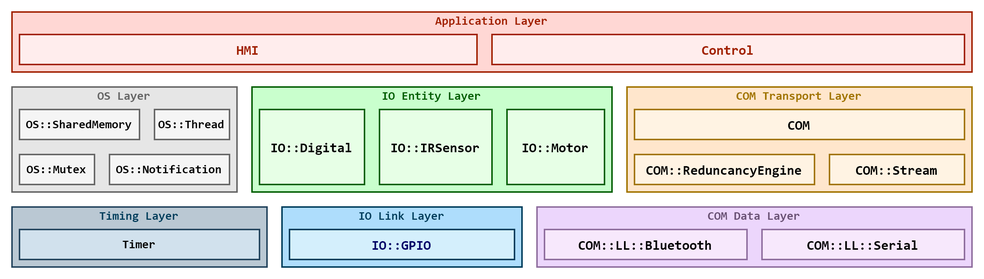
This is Proj/Iterations/1/Design/Navigation-Subsystem/Architectural-Overview/software-stack/full-stack-overview/full-stack-overview.png from LPI2-DreamTeam/rfcar, a draw.io export, as it was before one commit. Source tidied: cells renumbered, new cells last; positions are measured from the earlier drawing's top-left corner, leaving out a move shared by most shapes.
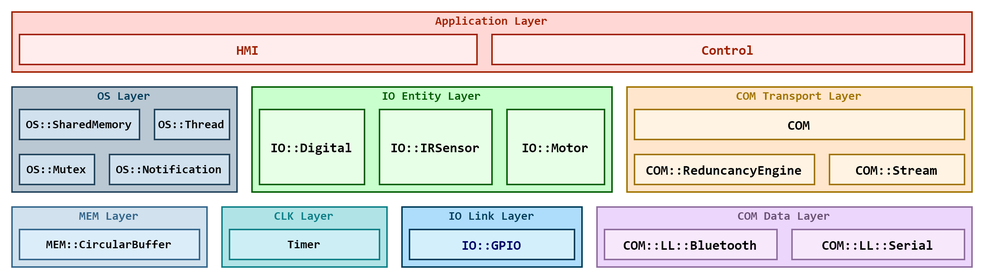
The same file after the commit.

Commit message:
Updated class diagram to match the new developments concerning layer separation, naming conventions, types and classes

Diff of the diagram source:
```diff
@@ -8,17 +8,17 @@
     <mxCell id="3" style="rounded=0;whiteSpace=wrap;html=1;fontFamily=Consolas;fontSize=9;align=center;fontStyle=1;spacingRight=0;labelPosition=center;verticalLabelPosition=middle;verticalAlign=middle;strokeColor=#035E03;fillColor=#C9FFCD;" parent="1" vertex="1">
       <mxGeometry x="160" y="50" width="240" height="70" as="geometry" />
     </mxCell>
-    <mxCell id="4" style="rounded=0;whiteSpace=wrap;html=1;labelBackgroundColor=none;strokeColor=#666666;fontFamily=Consolas;fontSize=8;align=center;gradientDirection=east;fontColor=#333333;fontStyle=1;fillColor=#E6E6E6;" parent="1" vertex="1">
+    <mxCell id="4" style="rounded=0;whiteSpace=wrap;html=1;labelBackgroundColor=none;fontFamily=Consolas;fontSize=8;align=center;gradientDirection=east;fontColor=#333333;fontStyle=1;fillColor=#BAC8D3;strokeColor=#23445D;" parent="1" vertex="1">
       <mxGeometry y="50" width="150" height="70" as="geometry" />
     </mxCell>
-    <mxCell id="5" style="rounded=0;whiteSpace=wrap;html=1;labelBackgroundColor=none;strokeColor=#23445d;fillColor=#bac8d3;fontFamily=Consolas;fontSize=8;align=center;gradientDirection=east;fontStyle=1;" parent="1" vertex="1">
-      <mxGeometry y="130" width="170" height="40" as="geometry" />
+    <mxCell id="5" style="rounded=0;whiteSpace=wrap;html=1;labelBackgroundColor=none;fontFamily=Consolas;fontSize=8;align=center;gradientDirection=east;fontStyle=1;fillColor=#b0e3e6;strokeColor=#0e8088;" parent="1" vertex="1">
+      <mxGeometry x="140" y="130" width="110" height="40" as="geometry" />
     </mxCell>
     <mxCell id="6" style="rounded=0;whiteSpace=wrap;html=1;fontSize=9;fontFamily=Consolas;verticalAlign=top;labelPosition=center;verticalLabelPosition=middle;align=center;fillColor=#FFE6CC;strokeColor=#A17400;" parent="1" vertex="1">
       <mxGeometry x="410" y="50" width="230" height="70" as="geometry" />
     </mxCell>
     <mxCell id="7" style="rounded=0;whiteSpace=wrap;html=1;fontSize=9;fontFamily=Consolas;verticalAlign=top;labelPosition=center;verticalLabelPosition=middle;align=center;fillColor=#ECD6FC;strokeColor=#8F6E9E;" parent="1" vertex="1">
-      <mxGeometry x="350" y="130" width="290" height="40" as="geometry" />
+      <mxGeometry x="390" y="130" width="250" height="40" as="geometry" />
     </mxCell>
     <mxCell id="8" value="COM" style="rounded=0;whiteSpace=wrap;html=1;fontFamily=Consolas;fontSize=9;align=center;fontStyle=1;spacingRight=0;labelPosition=center;verticalLabelPosition=middle;verticalAlign=middle;fillColor=#FFF3E3;strokeColor=#A17400;" parent="1" vertex="1">
       <mxGeometry x="415" y="65" width="220" height="20" as="geometry" />
@@ -41,49 +41,49 @@
     <mxCell id="14" value="IO::IRSensor" style="rounded=0;whiteSpace=wrap;html=1;fontFamily=Consolas;fontSize=9;align=center;fontStyle=1;spacingRight=0;labelPosition=center;verticalLabelPosition=middle;verticalAlign=middle;fillColor=#E7FFE6;strokeColor=#035E03;" parent="1" vertex="1">
       <mxGeometry x="245" y="65" width="75" height="50" as="geometry" />
     </mxCell>
-    <mxCell id="15" value="OS::Thread" style="rounded=0;whiteSpace=wrap;html=1;labelBackgroundColor=none;strokeColor=#666666;fillColor=#f5f5f5;fontFamily=Consolas;fontSize=8;align=center;gradientDirection=east;fontStyle=1;" parent="1" vertex="1">
+    <mxCell id="15" value="OS::Thread" style="rounded=0;whiteSpace=wrap;html=1;labelBackgroundColor=none;fontFamily=Consolas;fontSize=8;align=center;gradientDirection=east;fontStyle=1;fillColor=#D1E1ED;strokeColor=#23445D;" parent="1" vertex="1">
       <mxGeometry x="95" y="65" width="50" height="20" as="geometry" />
     </mxCell>
-    <mxCell id="16" value="OS::SharedMemory" style="rounded=0;whiteSpace=wrap;html=1;labelBackgroundColor=none;strokeColor=#666666;fillColor=#f5f5f5;fontFamily=Consolas;fontSize=8;align=center;gradientDirection=east;fontStyle=1;" parent="1" vertex="1">
+    <mxCell id="16" value="OS::SharedMemory" style="rounded=0;whiteSpace=wrap;html=1;labelBackgroundColor=none;fontFamily=Consolas;fontSize=8;align=center;gradientDirection=east;fontStyle=1;fillColor=#D1E1ED;strokeColor=#23445D;" parent="1" vertex="1">
       <mxGeometry x="5" y="65" width="80" height="20" as="geometry" />
     </mxCell>
-    <mxCell id="17" value="OS::Mutex" style="rounded=0;whiteSpace=wrap;html=1;labelBackgroundColor=none;strokeColor=#666666;fillColor=#f5f5f5;fontFamily=Consolas;fontSize=8;align=center;gradientDirection=east;fontStyle=1;" parent="1" vertex="1">
+    <mxCell id="17" value="OS::Mutex" style="rounded=0;whiteSpace=wrap;html=1;labelBackgroundColor=none;fontFamily=Consolas;fontSize=8;align=center;gradientDirection=east;fontStyle=1;fillColor=#D1E1ED;strokeColor=#23445D;" parent="1" vertex="1">
       <mxGeometry x="5" y="95" width="50" height="20" as="geometry" />
     </mxCell>
-    <mxCell id="18" value="&lt;font style=&quot;font-size: 8px&quot;&gt;Timer&lt;/font&gt;" style="rounded=0;whiteSpace=wrap;html=1;labelBackgroundColor=none;strokeColor=#23445d;fontFamily=Consolas;fontSize=8;align=center;gradientDirection=east;fontStyle=1;fillColor=#D1E1ED;" parent="1" vertex="1">
-      <mxGeometry x="5" y="145" width="160" height="20" as="geometry" />
+    <mxCell id="18" value="&lt;font style=&quot;font-size: 8px&quot;&gt;Timer&lt;/font&gt;" style="rounded=0;whiteSpace=wrap;html=1;labelBackgroundColor=none;fontFamily=Consolas;fontSize=8;align=center;gradientDirection=east;fontStyle=1;strokeColor=#0e8088;fillColor=#CDEEF5;" parent="1" vertex="1">
+      <mxGeometry x="145" y="145" width="100" height="20" as="geometry" />
     </mxCell>
     <mxCell id="19" value="COM::LL::Bluetooth" style="rounded=0;whiteSpace=wrap;html=1;fontFamily=Consolas;fontSize=9;align=center;fontStyle=1;spacingRight=0;verticalAlign=middle;fillColor=#F7E8FC;strokeColor=#8F6E9E;" parent="1" vertex="1">
-      <mxGeometry x="355" y="145" width="135" height="20" as="geometry" />
+      <mxGeometry x="395" y="145" width="115" height="20" as="geometry" />
     </mxCell>
     <mxCell id="20" value="COM::LL::Serial" style="rounded=0;whiteSpace=wrap;html=1;fontFamily=Consolas;fontSize=9;align=center;fontStyle=1;spacingRight=0;verticalAlign=middle;fillColor=#F7E8FC;strokeColor=#8F6E9E;" parent="1" vertex="1">
-      <mxGeometry x="500" y="145" width="135" height="20" as="geometry" />
+      <mxGeometry x="520" y="145" width="115" height="20" as="geometry" />
     </mxCell>
     <mxCell id="21" value="COM::Stream" style="rounded=0;whiteSpace=wrap;html=1;fontFamily=Consolas;fontSize=9;align=center;fontStyle=1;spacingRight=0;labelPosition=center;verticalLabelPosition=middle;verticalAlign=middle;horizontal=1;fillColor=#FFF3E3;strokeColor=#A17400;" parent="1" vertex="1">
       <mxGeometry x="545" y="95" width="90" height="20" as="geometry" />
     </mxCell>
     <mxCell id="22" style="rounded=0;whiteSpace=wrap;html=1;fontSize=9;fontFamily=Consolas;verticalAlign=top;labelPosition=center;verticalLabelPosition=middle;align=center;fillColor=#AEDDFC;strokeColor=#003D5B;" parent="1" vertex="1">
-      <mxGeometry x="180" y="130" width="160" height="40" as="geometry" />
+      <mxGeometry x="260" y="130" width="120" height="40" as="geometry" />
     </mxCell>
     <mxCell id="23" value="IO::GPIO" style="rounded=0;whiteSpace=wrap;html=1;fontFamily=Consolas;fontSize=9;align=center;fontStyle=1;spacingRight=0;fontColor=#000066;verticalAlign=middle;fillColor=#D4EFFC;strokeColor=#003D5B;" parent="1" vertex="1">
-      <mxGeometry x="185" y="145" width="150" height="20" as="geometry" />
+      <mxGeometry x="265" y="145" width="110" height="20" as="geometry" />
     </mxCell>
     <mxCell id="24" value="&lt;span style=&quot;color: rgb(106 , 82 , 117) ; font-weight: 700&quot;&gt;COM Data Layer&lt;/span&gt;" style="text;html=1;strokeColor=none;fillColor=none;align=center;verticalAlign=middle;whiteSpace=wrap;rounded=0;fontFamily=Consolas;fontSize=8;fontColor=#000000;" parent="1" vertex="1">
-      <mxGeometry x="455" y="130" width="80" height="12" as="geometry" />
+      <mxGeometry x="475" y="130" width="80" height="12" as="geometry" />
     </mxCell>
     <mxCell id="25" value="&lt;span style=&quot;font-weight: 700&quot;&gt;COM Transport Layer&lt;/span&gt;" style="text;html=1;strokeColor=none;fillColor=none;align=center;verticalAlign=middle;whiteSpace=wrap;rounded=0;fontFamily=Consolas;fontSize=8;fontColor=#A17400;" parent="1" vertex="1">
       <mxGeometry x="480" y="50" width="90" height="12" as="geometry" />
     </mxCell>
     <mxCell id="26" value="&lt;span style=&quot;font-weight: 700&quot;&gt;IO Link Layer&lt;/span&gt;" style="text;html=1;strokeColor=none;fillColor=none;align=center;verticalAlign=middle;whiteSpace=wrap;rounded=0;fontFamily=Consolas;fontSize=8;fontColor=#003D5B;" parent="1" vertex="1">
-      <mxGeometry x="225" y="130" width="70" height="12" as="geometry" />
+      <mxGeometry x="285" y="130" width="70" height="12" as="geometry" />
     </mxCell>
-    <mxCell id="27" value="&lt;span style=&quot;font-weight: 700&quot;&gt;Timing Layer&lt;/span&gt;" style="text;html=1;strokeColor=none;fillColor=none;align=center;verticalAlign=middle;whiteSpace=wrap;rounded=0;fontFamily=Consolas;fontSize=8;fontColor=#003D5B;" parent="1" vertex="1">
-      <mxGeometry x="50" y="130" width="70" height="12" as="geometry" />
+    <mxCell id="27" value="&lt;span style=&quot;font-weight: 700&quot;&gt;CLK Layer&lt;/span&gt;" style="text;html=1;strokeColor=none;fillColor=none;align=center;verticalAlign=middle;whiteSpace=wrap;rounded=0;fontFamily=Consolas;fontSize=8;fontColor=#0E8088;" parent="1" vertex="1">
+      <mxGeometry x="160" y="130" width="70" height="12" as="geometry" />
     </mxCell>
-    <mxCell id="28" value="OS::Notification" style="rounded=0;whiteSpace=wrap;html=1;labelBackgroundColor=none;strokeColor=#666666;fillColor=#f5f5f5;fontFamily=Consolas;fontSize=8;align=center;gradientDirection=east;fontStyle=1;" parent="1" vertex="1">
+    <mxCell id="28" value="OS::Notification" style="rounded=0;whiteSpace=wrap;html=1;labelBackgroundColor=none;fontFamily=Consolas;fontSize=8;align=center;gradientDirection=east;fontStyle=1;fillColor=#D1E1ED;strokeColor=#23445D;" parent="1" vertex="1">
       <mxGeometry x="65" y="95" width="80" height="20" as="geometry" />
     </mxCell>
-    <mxCell id="29" value="&lt;span style=&quot;font-weight: 700&quot;&gt;&lt;font color=&quot;#666666&quot;&gt;OS Layer&lt;/font&gt;&lt;/span&gt;" style="text;html=1;strokeColor=none;fillColor=none;align=center;verticalAlign=middle;whiteSpace=wrap;rounded=0;fontFamily=Consolas;fontSize=8;fontColor=#003D5B;" parent="1" vertex="1">
+    <mxCell id="29" value="&lt;span style=&quot;font-weight: 700&quot;&gt;&lt;font&gt;OS Layer&lt;/font&gt;&lt;/span&gt;" style="text;html=1;strokeColor=none;fillColor=none;align=center;verticalAlign=middle;whiteSpace=wrap;rounded=0;fontFamily=Consolas;fontSize=8;fontColor=#003D5B;" parent="1" vertex="1">
       <mxGeometry x="25" y="50" width="100" height="12" as="geometry" />
     </mxCell>
     <mxCell id="30" value="&lt;span style=&quot;font-weight: 700&quot;&gt;IO Entity Layer&lt;/span&gt;" style="text;html=1;align=center;verticalAlign=middle;whiteSpace=wrap;rounded=0;fontFamily=Consolas;fontSize=8;fontColor=#035E03;" parent="1" vertex="1">
@@ -92,5 +92,14 @@
     <mxCell id="31" value="&lt;span style=&quot;font-weight: 700&quot;&gt;Application Layer&lt;/span&gt;" style="text;html=1;align=center;verticalAlign=middle;whiteSpace=wrap;rounded=0;fontFamily=Consolas;fontSize=8;fontColor=#A12102;" parent="1" vertex="1">
       <mxGeometry x="275" width="90" height="12" as="geometry" />
     </mxCell>
+    <mxCell id="32" style="rounded=0;whiteSpace=wrap;html=1;labelBackgroundColor=none;fontFamily=Consolas;fontSize=8;align=center;gradientDirection=east;fontStyle=1;fillColor=#D1E1ED;strokeColor=#35678C;" parent="1" vertex="1">
+      <mxGeometry y="130" width="130" height="40" as="geometry" />
+    </mxCell>
+    <mxCell id="33" value="&lt;font style=&quot;font-size: 8px&quot;&gt;MEM::CircularBuffer&lt;/font&gt;" style="rounded=0;whiteSpace=wrap;html=1;labelBackgroundColor=none;fontFamily=Consolas;fontSize=8;align=center;gradientDirection=east;fontStyle=1;fillColor=#DCEDFA;strokeColor=#35678C;" parent="1" vertex="1">
+      <mxGeometry x="5" y="145" width="120" height="20" as="geometry" />
+    </mxCell>
+    <mxCell id="34" value="&lt;span style=&quot;font-weight: 700&quot;&gt;MEM Layer&lt;/span&gt;" style="text;html=1;strokeColor=none;fillColor=none;align=center;verticalAlign=middle;whiteSpace=wrap;rounded=0;fontFamily=Consolas;fontSize=8;fontColor=#35678C;" parent="1" vertex="1">
+      <mxGeometry x="30" y="130" width="70" height="12" as="geometry" />
+    </mxCell>
   </root>
 </mxGraphModel>
```
